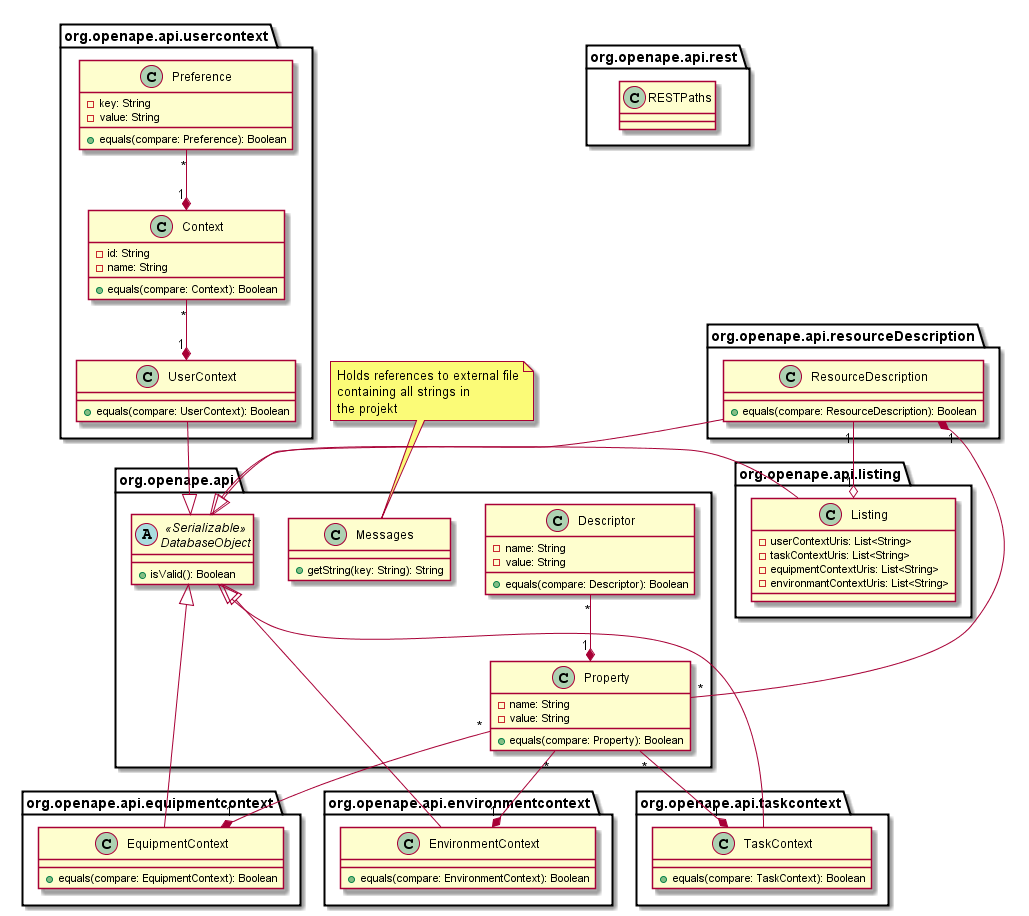
Earlier version of the PlantUML export documentation/uml/apiuml.png (REMEXLabs/OpenAPE). Its diagram source:
```plantuml
@startuml
abstract class org.openape.api.DatabaseObject <<Serializable>> {
+isValid(): Boolean
}
class org.openape.api.Descriptor {
-name: String
-value: String
+equals(compare: Descriptor): Boolean
}
class org.openape.api.Messages {
+getString(key: String): String
}
note left: Holds references to external file\ncontaining all strings in\nthe projekt
class org.openape.api.Property {
-name: String
-value: String
+equals(compare: Property): Boolean
}
class org.openape.api.environmentcontext.EnvironmentContext {
+equals(compare: EnvironmentContext): Boolean
}
class org.openape.api.equipmentcontext.EquipmentContext {
+equals(compare: EquipmentContext): Boolean
}
class org.openape.api.listing.Listing {
-userContextUris: List<String>
-taskContextUris: List<String>
-equipmentContextUris: List<String>
-environmantContextUris: List<String>
}
class org.openape.api.resourceDescription.ResourceDescription {
+equals(compare: ResourceDescription): Boolean
}
class org.openape.api.rest.RESTPaths
class org.openape.api.taskcontext.TaskContext {
+equals(compare: TaskContext): Boolean
}
class org.openape.api.usercontext.Context {
-id: String
-name: String
+equals(compare: Context): Boolean
}
class org.openape.api.usercontext.Preference {
-key: String
-value: String
+equals(compare: Preference): Boolean
}
class org.openape.api.usercontext.UserContext {
+equals(compare: UserContext): Boolean
}
org.openape.api.usercontext.Preference "*" --* "1" org.openape.api.usercontext.Context
org.openape.api.usercontext.Context "*" --* "1" org.openape.api.usercontext.UserContext
org.openape.api.Descriptor "*" --* "1" org.openape.api.Property
org.openape.api.Property "*" --* "1" org.openape.api.environmentcontext.EnvironmentContext
org.openape.api.Property "*" --* "1" org.openape.api.equipmentcontext.EquipmentContext
org.openape.api.Property "*" --* "1" org.openape.api.resourceDescription.ResourceDescription
org.openape.api.Property "*" --* "1" org.openape.api.taskcontext.TaskContext
org.openape.api.environmentcontext.EnvironmentContext --|> org.openape.api.DatabaseObject
org.openape.api.equipmentcontext.EquipmentContext --|> org.openape.api.DatabaseObject
org.openape.api.listing.Listing --|> org.openape.api.DatabaseObject
org.openape.api.resourceDescription.ResourceDescription "1" --o "1" org.openape.api.listing.Listing
org.openape.api.resourceDescription.ResourceDescription --|> org.openape.api.DatabaseObject
org.openape.api.taskcontext.TaskContext --|> org.openape.api.DatabaseObject
org.openape.api.usercontext.UserContext --|> org.openape.api.DatabaseObject
@enduml
```
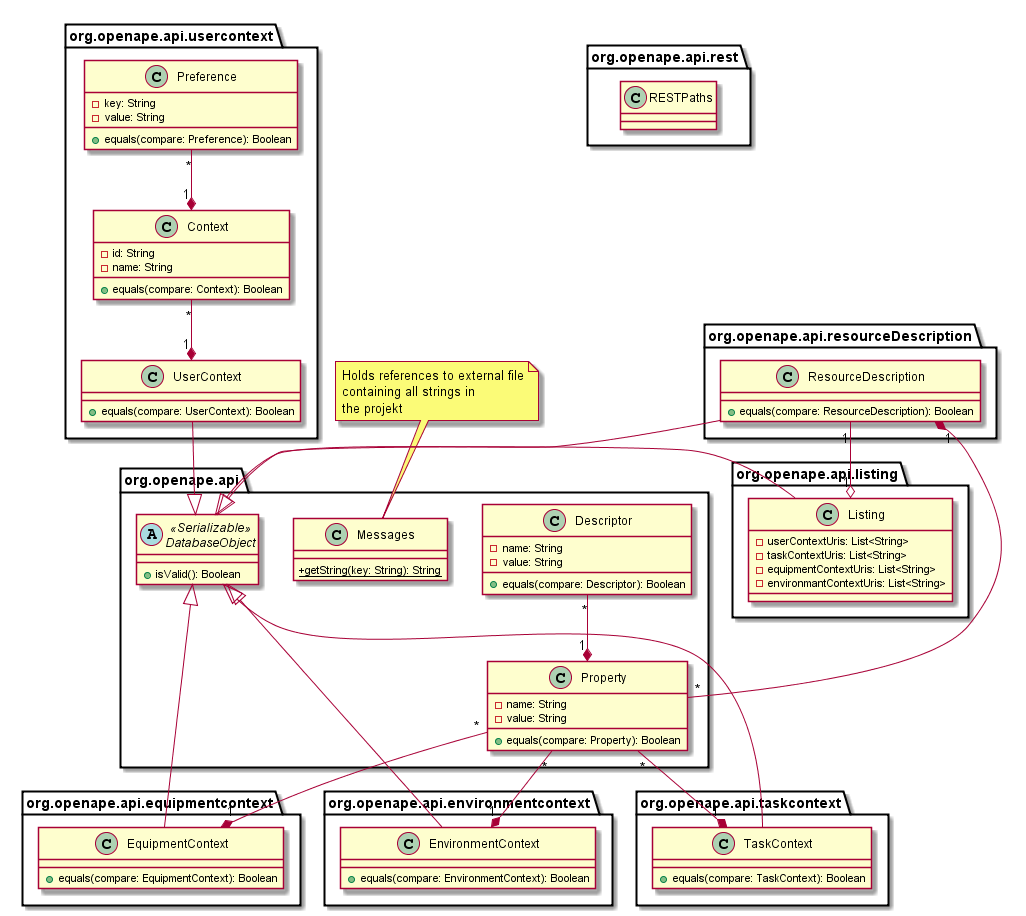
Above is the later version.

Commit message:
fix: underline static method

Change to the diagram source:
```diff
@@ -8,7 +8,7 @@
 +equals(compare: Descriptor): Boolean
 }
 class org.openape.api.Messages {
-+getString(key: String): String
+<u>+getString(key: String): String
 }
 note left: Holds references to external file\ncontaining all strings in\nthe projekt
 class org.openape.api.Property {
```
